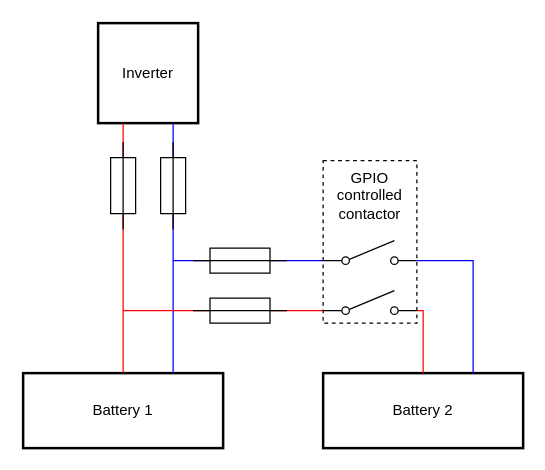
Above: be_battery_2x.drawio in nagyrobi/files (draw.io), before the change. Source tidied: cells renumbered, new cells numbered last; positions are measured from the earlier drawing's top-left corner, leaving out a move shared by most shapes. Both pictures are drawn from the tidied source at 125%, with x=0, y=0 at pixel (22, 22).
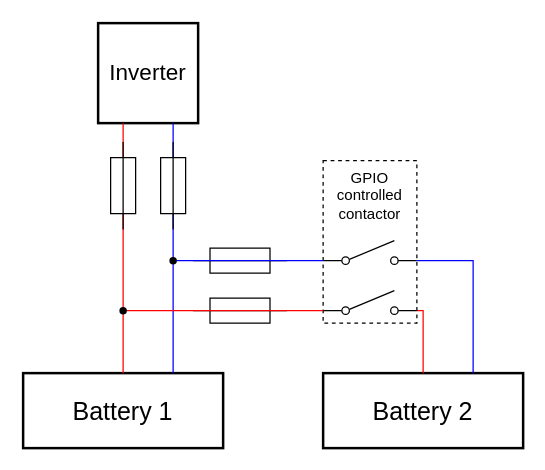
Above is the later version.

Unchanged cells that the change refers to:
```xml
<mxCell id="9" style="html=1;shape=mxgraph.electrical.electro-mechanical.singleSwitch;elSwitchState=off;" parent="1" vertex="1">
  <mxGeometry x="240" y="214" width="75" height="20" as="geometry" />
</mxCell>
<mxCell id="10" style="html=1;shape=mxgraph.electrical.electro-mechanical.singleSwitch;elSwitchState=off;" parent="1" vertex="1">
  <mxGeometry x="240" y="174" width="75" height="20" as="geometry" />
</mxCell>
```

Diff of the diagram source:
```diff
@@
-    <mxCell id="2" value="Inverter" style="whiteSpace=wrap;html=1;strokeWidth=2;" parent="1" vertex="1">
+    <mxCell id="2" value="Inverter" style="whiteSpace=wrap;html=1;strokeWidth=2;fontSize=18;" parent="1" vertex="1">
       <mxGeometry x="60" width="80" height="80" as="geometry" />
     </mxCell>
-    <mxCell id="3" value="Battery 1" style="rounded=0;whiteSpace=wrap;html=1;strokeWidth=2;" parent="1" vertex="1">
+    <mxCell id="3" value="Battery 1" style="rounded=0;whiteSpace=wrap;html=1;strokeWidth=2;fontSize=20;" parent="1" vertex="1">
       <mxGeometry y="280" width="160" height="60" as="geometry" />
     </mxCell>
-    <mxCell id="4" value="Battery 2" style="rounded=0;whiteSpace=wrap;html=1;strokeWidth=2;" parent="1" vertex="1">
+    <mxCell id="4" value="Battery 2" style="rounded=0;whiteSpace=wrap;html=1;strokeWidth=2;fontSize=20;" parent="1" vertex="1">
       <mxGeometry x="240" y="280" width="160" height="60" as="geometry" />
     </mxCell>
@@
-    <mxCell id="7" style="endArrow=none;html=1;rounded=0;exitX=0;exitY=0.8;exitDx=0;exitDy=0;edgeStyle=orthogonalEdgeStyle;strokeColor=#0000FF;" parent="1" edge="1" source="10">
+    <mxCell id="7" style="endArrow=none;html=1;rounded=0;exitDx=0;exitDy=0;edgeStyle=orthogonalEdgeStyle;strokeColor=#0000FF;" parent="1" edge="1" source="21">
       <mxGeometry relative="1" as="geometry">
         <mxPoint x="120" y="190" as="targetPoint" />
       </mxGeometry>
     </mxCell>
-    <mxCell id="8" style="endArrow=none;html=1;rounded=0;exitX=0;exitY=0.8;exitDx=0;exitDy=0;edgeStyle=orthogonalEdgeStyle;strokeColor=#FF0000;" parent="1" edge="1" source="9">
+    <mxCell id="8" style="endArrow=none;html=1;rounded=0;exitDx=0;exitDy=0;edgeStyle=orthogonalEdgeStyle;strokeColor=#FF0000;" parent="1" edge="1" source="19">
       <mxGeometry relative="1" as="geometry">
         <mxPoint x="80" y="230" as="targetPoint" />
       </mxGeometry>
     </mxCell>
@@
+    <mxCell id="18" style="endArrow=none;html=1;rounded=0;exitX=0;exitY=0.8;exitDx=0;exitDy=0;edgeStyle=orthogonalEdgeStyle;strokeColor=#FF0000;" parent="1" edge="1" source="9" target="19">
+      <mxGeometry relative="1" as="geometry" />
+    </mxCell>
+    <mxCell id="19" style="shape=waypoint;sketch=0;fillStyle=solid;size=6;points=[];fillColor=none;perimeter=centerPerimeter;snapToPoint=1;" parent="1" vertex="1">
+      <mxGeometry x="70" y="220" width="20" height="20" as="geometry" />
+    </mxCell>
+    <mxCell id="20" style="endArrow=none;html=1;rounded=0;exitX=0;exitY=0.8;exitDx=0;exitDy=0;edgeStyle=orthogonalEdgeStyle;strokeColor=#0000FF;" parent="1" edge="1" source="10" target="21">
+      <mxGeometry relative="1" as="geometry" />
+    </mxCell>
+    <mxCell id="21" style="shape=waypoint;sketch=0;fillStyle=solid;size=6;points=[];fillColor=none;perimeter=centerPerimeter;snapToPoint=1;" parent="1" vertex="1">
+      <mxGeometry x="110" y="180" width="20" height="20" as="geometry" />
+    </mxCell>
```
